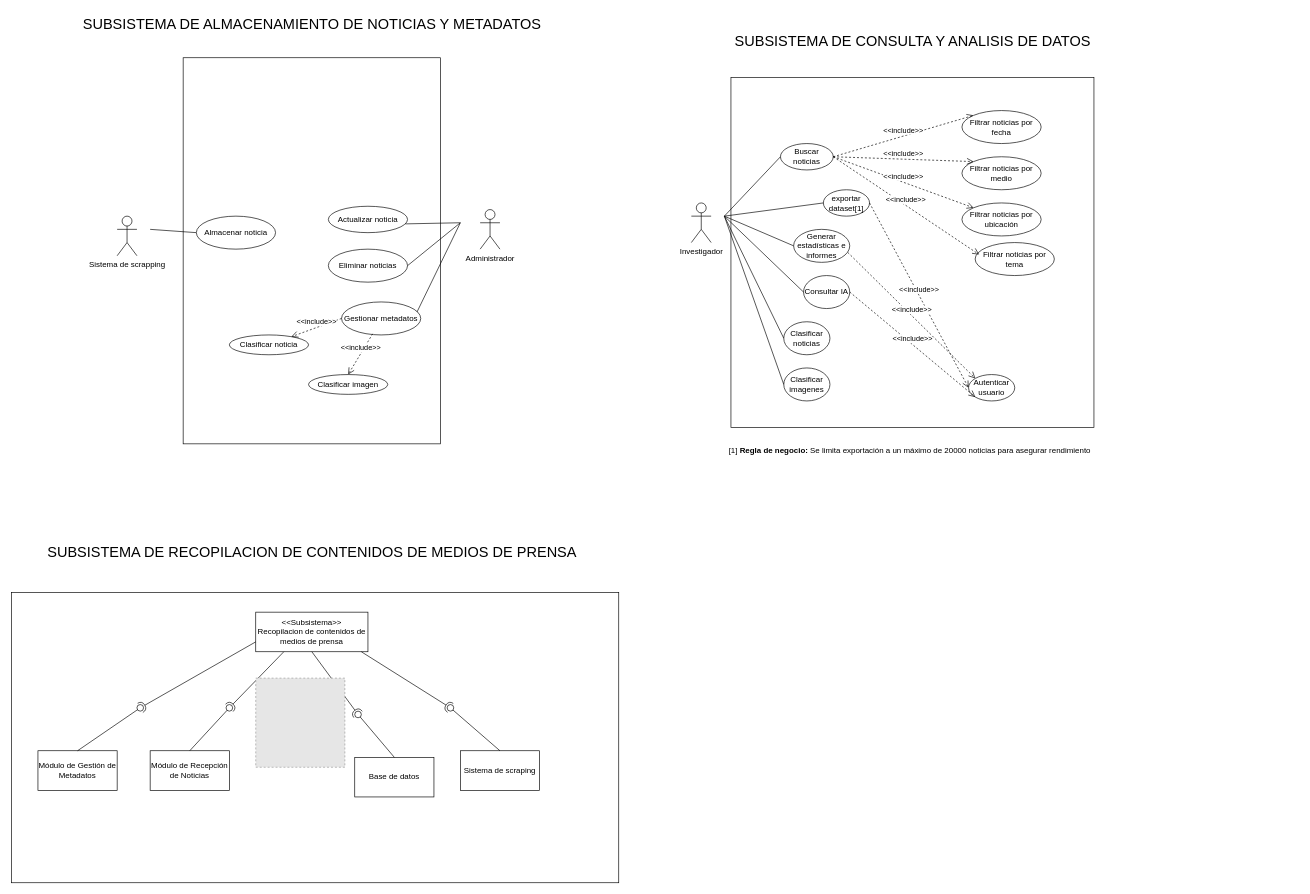
Earlier version of the draw.io diagram DiagramasArqui.drawio (Kietth/INFO229-Arqui.Soft.). Source tidied: cells renumbered, new cells numbered last; positions are measured from the earlier drawing's top-left corner, leaving out a move shared by most shapes. Both pictures are drawn from the tidied source at 66%, with x=0, y=0 at pixel (11, 11). Pictures stored in the file or linked from it are replaced by grey dashed boxes.
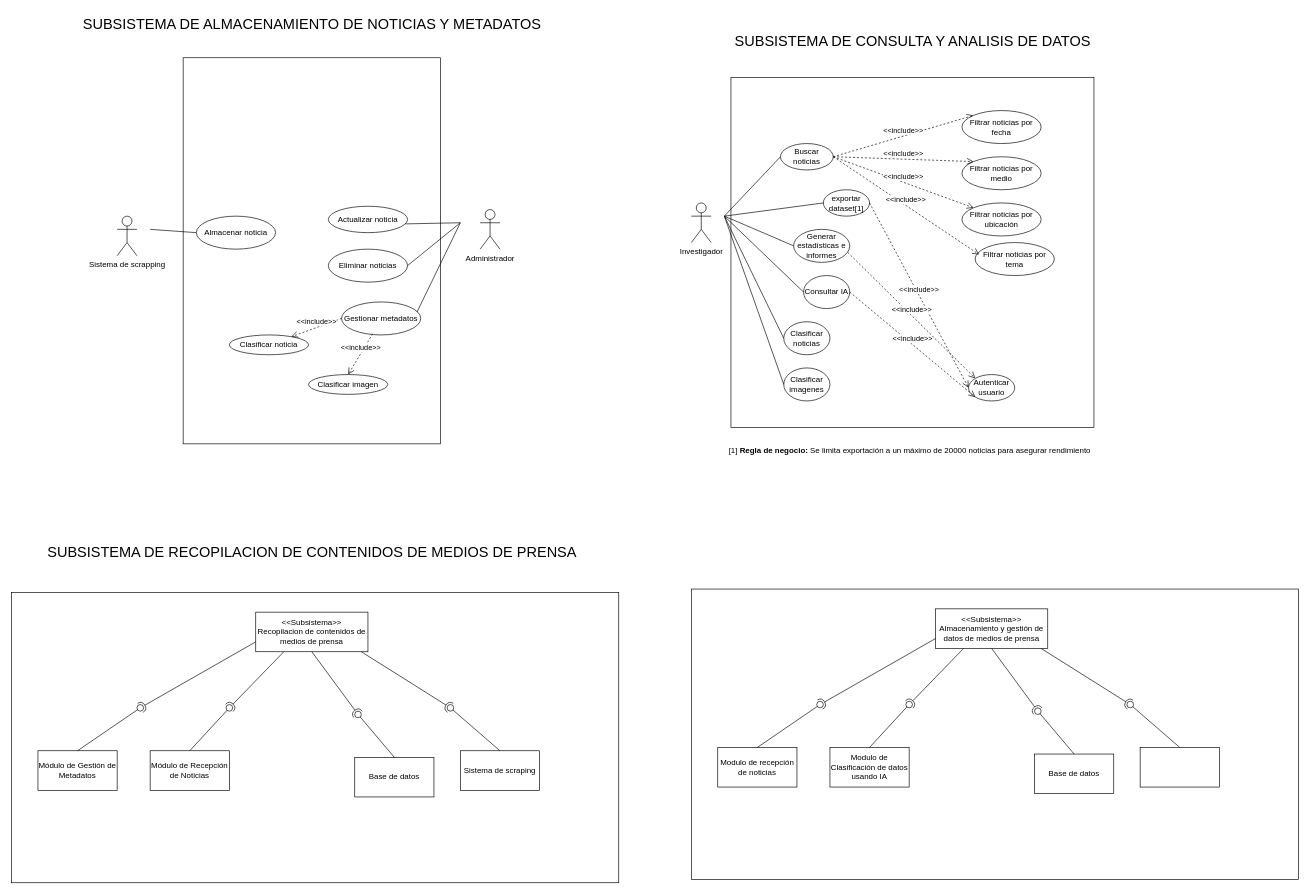
After the change.

What changed in the source:
```diff
@@
-    <mxCell id="65" style="fillColor=#E6E6E6;strokeColor=#999999;dashed=1;html=1;verticalAlign=top;verticalLabelPosition=bottom;labelBackgroundColor=#ffffff;" parent="1" vertex="1">
-      <mxGeometry x="370" y="1010" width="135" height="135" as="geometry" />
-    </mxCell>
+    <mxCell id="66" style="rounded=0;whiteSpace=wrap;html=1;" parent="1" vertex="1">
+      <mxGeometry x="1030" y="875" width="920" height="440" as="geometry" />
+    </mxCell>
+    <mxCell id="67" value="Modulo de recepción de noticias" style="rounded=0;whiteSpace=wrap;html=1;" parent="1" vertex="1">
+      <mxGeometry x="1070" y="1115" width="120" height="60" as="geometry" />
+    </mxCell>
+    <mxCell id="68" value="&lt;div&gt;&amp;lt;&amp;lt;Subsistema&amp;gt;&amp;gt;&lt;/div&gt;&lt;div&gt;Almacenamiento y gestión de datos de medios de prensa&lt;/div&gt;" style="rounded=0;whiteSpace=wrap;html=1;" parent="1" vertex="1">
+      <mxGeometry x="1400" y="905" width="170" height="60" as="geometry" />
+    </mxCell>
+    <mxCell id="69" value="Modulo de Clasificación de datos usando IA" style="rounded=0;whiteSpace=wrap;html=1;" parent="1" vertex="1">
+      <mxGeometry x="1240" y="1115" width="120" height="60" as="geometry" />
+    </mxCell>
+    <mxCell id="70" value="Base de datos" style="rounded=0;whiteSpace=wrap;html=1;" parent="1" vertex="1">
+      <mxGeometry x="1550" y="1125" width="120" height="60" as="geometry" />
+    </mxCell>
+    <mxCell id="71" style="rounded=0;whiteSpace=wrap;html=1;" parent="1" vertex="1">
+      <mxGeometry x="1710" y="1115" width="120" height="60" as="geometry" />
+    </mxCell>
+    <mxCell id="72" style="rounded=0;jettySize=auto;html=1;endArrow=halfCircle;endFill=0;endSize=6;strokeWidth=1;sketch=0;exitX=0;exitY=0.75;exitDx=0;exitDy=0;" parent="1" edge="1" source="68" target="74">
+      <mxGeometry relative="1" as="geometry" />
+    </mxCell>
+    <mxCell id="73" style="rounded=0;jettySize=auto;html=1;endArrow=oval;endFill=0;sketch=0;sourcePerimeterSpacing=0;targetPerimeterSpacing=0;endSize=10;exitX=0.5;exitY=0;exitDx=0;exitDy=0;" parent="1" edge="1" source="67" target="74">
+      <mxGeometry relative="1" as="geometry" />
+    </mxCell>
+    <mxCell id="74" style="ellipse;whiteSpace=wrap;html=1;align=center;fillColor=none;strokeColor=none;perimeter=centerPerimeter;points=[];outlineConnect=1;" parent="1" vertex="1">
+      <mxGeometry x="1220" y="1045" width="10" height="10" as="geometry" />
+    </mxCell>
+    <mxCell id="75" style="rounded=0;jettySize=auto;html=1;endArrow=halfCircle;endFill=0;endSize=6;strokeWidth=1;sketch=0;exitX=0.25;exitY=1;exitDx=0;exitDy=0;" parent="1" edge="1" source="68" target="79">
+      <mxGeometry relative="1" as="geometry" />
+    </mxCell>
+    <mxCell id="76" style="rounded=0;jettySize=auto;html=1;endArrow=halfCircle;endFill=0;endSize=6;strokeWidth=1;sketch=0;exitX=0.941;exitY=1;exitDx=0;exitDy=0;exitPerimeter=0;" parent="1" edge="1" source="68" target="80">
+      <mxGeometry relative="1" as="geometry" />
+    </mxCell>
+    <mxCell id="77" style="rounded=0;jettySize=auto;html=1;endArrow=oval;endFill=0;sketch=0;sourcePerimeterSpacing=0;targetPerimeterSpacing=0;endSize=10;exitX=0.5;exitY=0;exitDx=0;exitDy=0;" parent="1" edge="1" source="69" target="79">
+      <mxGeometry relative="1" as="geometry" />
+    </mxCell>
+    <mxCell id="78" style="rounded=0;jettySize=auto;html=1;endArrow=oval;endFill=0;sketch=0;sourcePerimeterSpacing=0;targetPerimeterSpacing=0;endSize=10;exitX=0.5;exitY=0;exitDx=0;exitDy=0;" parent="1" edge="1" source="71" target="80">
+      <mxGeometry relative="1" as="geometry" />
+    </mxCell>
+    <mxCell id="79" style="ellipse;whiteSpace=wrap;html=1;align=center;fillColor=none;strokeColor=none;perimeter=centerPerimeter;points=[];outlineConnect=1;" parent="1" vertex="1">
+      <mxGeometry x="1355" y="1045" width="10" height="10" as="geometry" />
+    </mxCell>
+    <mxCell id="80" style="ellipse;whiteSpace=wrap;html=1;align=center;fillColor=none;strokeColor=none;perimeter=centerPerimeter;points=[];outlineConnect=1;" parent="1" vertex="1">
+      <mxGeometry x="1690" y="1045" width="10" height="10" as="geometry" />
+    </mxCell>
+    <mxCell id="81" style="rounded=0;jettySize=auto;html=1;endArrow=halfCircle;endFill=0;endSize=6;strokeWidth=1;sketch=0;exitX=0.5;exitY=1;exitDx=0;exitDy=0;" parent="1" edge="1" source="68" target="83">
+      <mxGeometry relative="1" as="geometry" />
+    </mxCell>
+    <mxCell id="82" style="rounded=0;jettySize=auto;html=1;endArrow=oval;endFill=0;sketch=0;sourcePerimeterSpacing=0;targetPerimeterSpacing=0;endSize=10;exitX=0.5;exitY=0;exitDx=0;exitDy=0;" parent="1" edge="1" source="70" target="83">
+      <mxGeometry relative="1" as="geometry" />
+    </mxCell>
+    <mxCell id="83" style="ellipse;whiteSpace=wrap;html=1;align=center;fillColor=none;strokeColor=none;perimeter=centerPerimeter;points=[];outlineConnect=1;" parent="1" vertex="1">
+      <mxGeometry x="1550" y="1055" width="10" height="10" as="geometry" />
+    </mxCell>
```
